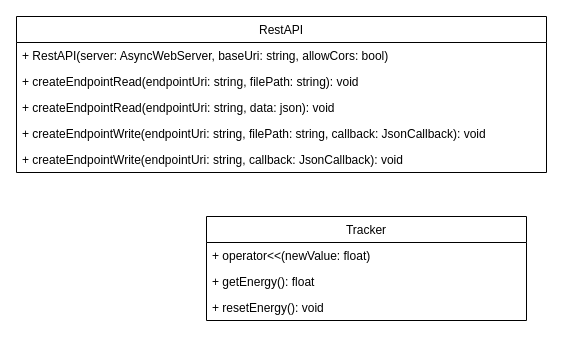
enovalab/PowerMeter-Firmware keeps this draw.io diagram as page "Klassendiagramm" (4 of 4) of Project Structure.drawio. Above is the earlier version. Source tidied: cells renumbered, new cells numbered last; positions are measured from the earlier drawing's top-left corner, leaving out a move shared by most shapes. Both pictures are drawn from the tidied source at 100%, with x=0, y=0 at pixel (16, 16).
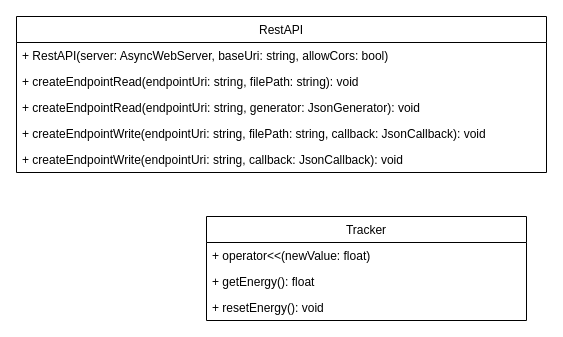
The same page after the edit.

The edit, as a diff of the source:
```diff
@@
 <mxGraphModel>
   <root>
     <mxCell id="0" />
     <mxCell id="1" parent="0" />
     <mxCell id="2" value="RestAPI" style="swimlane;fontStyle=0;horizontal=1;startSize=26;fillColor=none;" parent="1" vertex="1">
       <mxGeometry width="530" height="156" as="geometry" />
     </mxCell>
     <mxCell id="3" value="+ RestAPI(server: AsyncWebServer, baseUri: string, allowCors: bool)" style="text;strokeColor=none;fillColor=none;align=left;verticalAlign=top;spacingLeft=4;spacingRight=4;overflow=hidden;" parent="2" vertex="1">
       <mxGeometry y="26" width="530" height="26" as="geometry" />
     </mxCell>
     <mxCell id="4" value="+ createEndpointRead(endpointUri: string, filePath: string): void" style="text;strokeColor=none;fillColor=none;align=left;verticalAlign=top;spacingLeft=4;spacingRight=4;overflow=hidden;" parent="2" vertex="1">
       <mxGeometry y="52" width="530" height="26" as="geometry" />
     </mxCell>
-    <mxCell id="5" value="+ createEndpointRead(endpointUri: string, data: json): void" style="text;strokeColor=none;fillColor=none;align=left;verticalAlign=top;spacingLeft=4;spacingRight=4;overflow=hidden;" parent="2" vertex="1">
+    <mxCell id="5" value="+ createEndpointRead(endpointUri: string, generator: JsonGenerator): void" style="text;strokeColor=none;fillColor=none;align=left;verticalAlign=top;spacingLeft=4;spacingRight=4;overflow=hidden;" parent="2" vertex="1">
       <mxGeometry y="78" width="530" height="26" as="geometry" />
     </mxCell>
     <mxCell id="6" value="+ createEndpointWrite(endpointUri: string, filePath: string, callback: JsonCallback): void" style="text;strokeColor=none;fillColor=none;align=left;verticalAlign=top;spacingLeft=4;spacingRight=4;overflow=hidden;" parent="2" vertex="1">
       <mxGeometry y="104" width="530" height="26" as="geometry" />
     </mxCell>
     <mxCell id="7" value="+ createEndpointWrite(endpointUri: string, callback: JsonCallback): void" style="text;strokeColor=none;fillColor=none;align=left;verticalAlign=top;spacingLeft=4;spacingRight=4;overflow=hidden;" parent="2" vertex="1">
       <mxGeometry y="130" width="530" height="26" as="geometry" />
     </mxCell>
     <mxCell id="8" value="Tracker" style="swimlane;fontStyle=0;horizontal=1;startSize=26;fillColor=none;" parent="1" vertex="1">
       <mxGeometry x="190" y="200" width="320" height="104" as="geometry" />
     </mxCell>
     <mxCell id="9" value="+ operator&lt;&lt;(newValue: float)" style="text;strokeColor=none;fillColor=none;align=left;verticalAlign=top;spacingLeft=4;spacingRight=4;overflow=hidden;" parent="8" vertex="1">
       <mxGeometry y="26" width="320" height="26" as="geometry" />
     </mxCell>
     <mxCell id="10" value="+ getEnergy(): float" style="text;strokeColor=none;fillColor=none;align=left;verticalAlign=top;spacingLeft=4;spacingRight=4;overflow=hidden;" parent="8" vertex="1">
       <mxGeometry y="52" width="320" height="26" as="geometry" />
     </mxCell>
     <mxCell id="11" value="+ resetEnergy(): void" style="text;strokeColor=none;fillColor=none;align=left;verticalAlign=top;spacingLeft=4;spacingRight=4;overflow=hidden;" parent="8" vertex="1">
       <mxGeometry y="78" width="320" height="26" as="geometry" />
     </mxCell>
   </root>
 </mxGraphModel>
```
